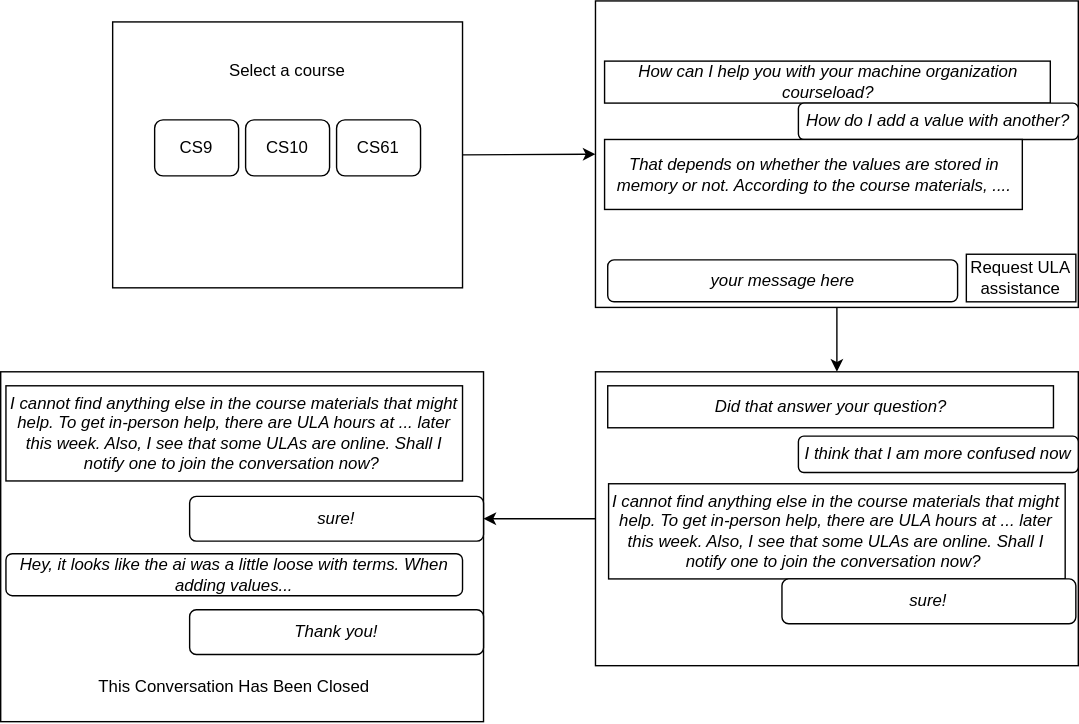
Above: project-plan/student-interaction.svg in joshua-zingale/ucr-chatbot-pathway-program (draw.io), before the change. Source tidied: cells renumbered, new cells last; positions are measured from the earlier drawing's top-left corner, leaving out a move shared by most shapes. Source of this version:
```xml
<mxGraphModel>
  <root>
    <mxCell id="0" />
    <mxCell id="1" parent="0" />
    <mxCell id="2" style="edgeStyle=none;html=1;exitX=1;exitY=0.5;exitDx=0;exitDy=0;entryX=0;entryY=0.5;entryDx=0;entryDy=0;" parent="1" edge="1" source="3" target="9">
      <mxGeometry relative="1" as="geometry" />
    </mxCell>
    <mxCell id="3" style="rounded=0;whiteSpace=wrap;html=1;" parent="1" vertex="1">
      <mxGeometry x="80" y="15" width="250" height="190" as="geometry" />
    </mxCell>
    <mxCell id="4" value="Select a course" style="text;html=1;align=center;verticalAlign=middle;whiteSpace=wrap;rounded=0;" parent="1" vertex="1">
      <mxGeometry x="135" y="35" width="140" height="30" as="geometry" />
    </mxCell>
    <mxCell id="5" value="CS9" style="rounded=1;whiteSpace=wrap;html=1;" parent="1" vertex="1">
      <mxGeometry x="110" y="85" width="60" height="40" as="geometry" />
    </mxCell>
    <mxCell id="6" value="CS10" style="rounded=1;whiteSpace=wrap;html=1;" parent="1" vertex="1">
      <mxGeometry x="175" y="85" width="60" height="40" as="geometry" />
    </mxCell>
    <mxCell id="7" value="CS61" style="rounded=1;whiteSpace=wrap;html=1;" parent="1" vertex="1">
      <mxGeometry x="240" y="85" width="60" height="40" as="geometry" />
    </mxCell>
    <mxCell id="8" style="edgeStyle=none;html=1;exitX=0.5;exitY=1;exitDx=0;exitDy=0;entryX=0.5;entryY=0;entryDx=0;entryDy=0;" parent="1" edge="1" source="9" target="14">
      <mxGeometry relative="1" as="geometry" />
    </mxCell>
    <mxCell id="9" style="rounded=0;whiteSpace=wrap;html=1;" parent="1" vertex="1">
      <mxGeometry x="425" width="345" height="219" as="geometry" />
    </mxCell>
    <mxCell id="10" value="&lt;i&gt;How can I help you with your machine organization courseload?&lt;/i&gt;" style="rounded=0;whiteSpace=wrap;html=1;" parent="1" vertex="1">
      <mxGeometry x="431.5" y="43" width="318.5" height="30" as="geometry" />
    </mxCell>
    <mxCell id="11" value="&lt;i&gt;How do I add a value with another?&lt;/i&gt;" style="rounded=1;whiteSpace=wrap;html=1;" parent="1" vertex="1">
      <mxGeometry x="570" y="73" width="200" height="26" as="geometry" />
    </mxCell>
    <mxCell id="12" value="&lt;i&gt;That depends on whether the values are stored in memory or not. According to the course materials, ....&lt;/i&gt;" style="rounded=0;whiteSpace=wrap;html=1;" parent="1" vertex="1">
      <mxGeometry x="431.5" y="99" width="298.5" height="50" as="geometry" />
    </mxCell>
    <mxCell id="13" style="edgeStyle=none;html=1;exitX=0;exitY=0.5;exitDx=0;exitDy=0;entryX=1;entryY=0.5;entryDx=0;entryDy=0;" parent="1" edge="1" source="14" target="24">
      <mxGeometry relative="1" as="geometry" />
    </mxCell>
    <mxCell id="14" style="rounded=0;whiteSpace=wrap;html=1;" parent="1" vertex="1">
      <mxGeometry x="425" y="265" width="345" height="210" as="geometry" />
    </mxCell>
    <mxCell id="15" value="&lt;i&gt;your message here&lt;/i&gt;" style="rounded=1;whiteSpace=wrap;html=1;" parent="1" vertex="1">
      <mxGeometry x="433.8" y="185" width="250" height="30" as="geometry" />
    </mxCell>
    <mxCell id="16" value="Request ULA assistance" style="rounded=0;whiteSpace=wrap;html=1;" parent="1" vertex="1">
      <mxGeometry x="690" y="181" width="78.2" height="34" as="geometry" />
    </mxCell>
    <mxCell id="17" value="&lt;i&gt;I think that I am more confused now&lt;/i&gt;" style="rounded=1;whiteSpace=wrap;html=1;" parent="1" vertex="1">
      <mxGeometry x="570" y="311" width="200" height="26" as="geometry" />
    </mxCell>
    <mxCell id="18" value="&lt;i&gt;Did that answer your question?&lt;/i&gt;" style="rounded=0;whiteSpace=wrap;html=1;" parent="1" vertex="1">
      <mxGeometry x="433.8" y="275" width="318.5" height="30" as="geometry" />
    </mxCell>
    <mxCell id="19" value="&lt;i&gt;I cannot find anything else in the course materials that might help. To get in-person help, there are ULA hours at ... later this week. Also, I see that some ULAs are online. Shall I notify one to join the conversation now?&amp;nbsp;&lt;/i&gt;" style="rounded=0;whiteSpace=wrap;html=1;" parent="1" vertex="1">
      <mxGeometry x="434.4" y="345" width="326.2" height="68" as="geometry" />
    </mxCell>
    <mxCell id="20" value="&lt;i&gt;sure!&lt;/i&gt;" style="rounded=1;whiteSpace=wrap;html=1;" parent="1" vertex="1">
      <mxGeometry x="558.2" y="413" width="210" height="32" as="geometry" />
    </mxCell>
    <mxCell id="21" style="rounded=0;whiteSpace=wrap;html=1;" parent="1" vertex="1">
      <mxGeometry y="265" width="345" height="250" as="geometry" />
    </mxCell>
    <mxCell id="22" value="&lt;i&gt;Hey, it looks like the ai was a little loose with terms. When adding values...&lt;/i&gt;" style="rounded=1;whiteSpace=wrap;html=1;" parent="1" vertex="1">
      <mxGeometry x="3.8" y="395" width="326.2" height="30" as="geometry" />
    </mxCell>
    <mxCell id="23" value="&lt;i&gt;I cannot find anything else in the course materials that might help. To get in-person help, there are ULA hours at ... later this week. Also, I see that some ULAs are online. Shall I notify one to join the conversation now?&amp;nbsp;&lt;/i&gt;" style="rounded=0;whiteSpace=wrap;html=1;" parent="1" vertex="1">
      <mxGeometry x="3.8" y="275" width="326.2" height="68" as="geometry" />
    </mxCell>
    <mxCell id="24" value="&lt;i&gt;sure!&lt;/i&gt;" style="rounded=1;whiteSpace=wrap;html=1;" parent="1" vertex="1">
      <mxGeometry x="135" y="354" width="210" height="32" as="geometry" />
    </mxCell>
    <mxCell id="25" value="&lt;i&gt;Thank you!&lt;/i&gt;" style="rounded=1;whiteSpace=wrap;html=1;" parent="1" vertex="1">
      <mxGeometry x="135" y="435" width="210" height="32" as="geometry" />
    </mxCell>
    <mxCell id="26" value="This Conversation Has Been Closed" style="text;html=1;align=center;verticalAlign=middle;whiteSpace=wrap;rounded=0;" parent="1" vertex="1">
      <mxGeometry x="51.9" y="475" width="230" height="30" as="geometry" />
    </mxCell>
  </root>
</mxGraphModel>
```
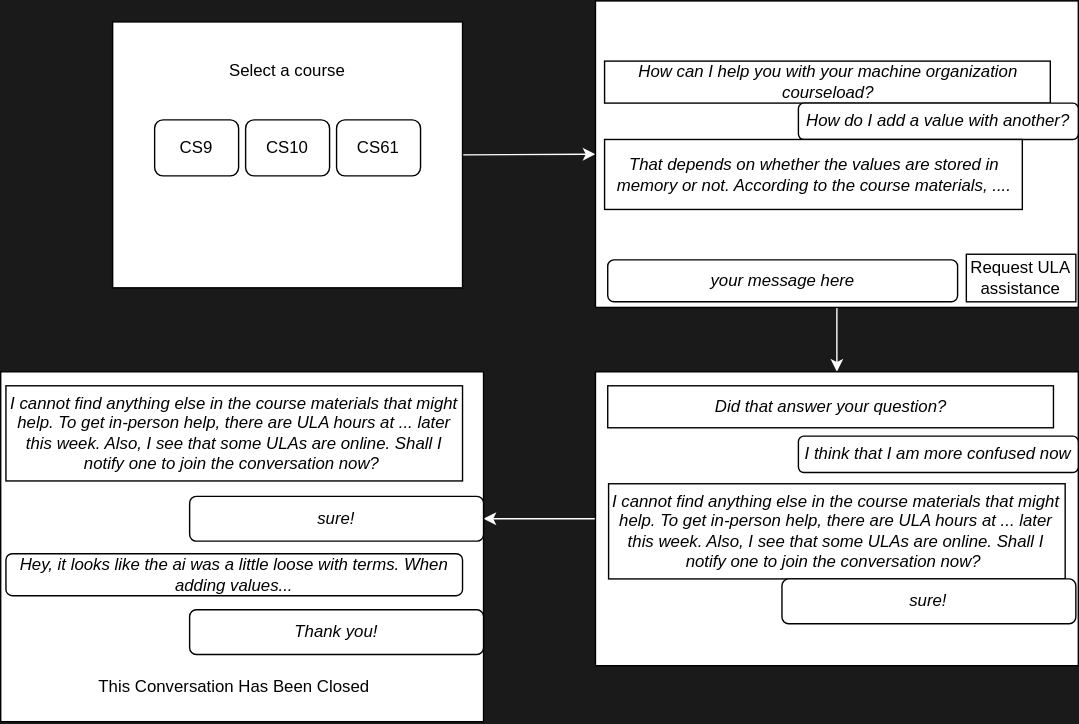
Later version of the same file.

Diff of the diagram source:
```diff
@@ -1,8 +1,8 @@
-<mxGraphModel>
+<mxGraphModel background="#1A1A1A">
   <root>
     <mxCell id="0" />
     <mxCell id="1" parent="0" />
-    <mxCell id="2" style="edgeStyle=none;html=1;exitX=1;exitY=0.5;exitDx=0;exitDy=0;entryX=0;entryY=0.5;entryDx=0;entryDy=0;" parent="1" edge="1" source="3" target="9">
+    <mxCell id="2" style="edgeStyle=none;html=1;exitX=1;exitY=0.5;exitDx=0;exitDy=0;entryX=0;entryY=0.5;entryDx=0;entryDy=0;fillColor=#FFFFFF;strokeColor=#FFFFFF;" parent="1" edge="1" source="3" target="9">
       <mxGeometry relative="1" as="geometry" />
     </mxCell>
     <mxCell id="3" style="rounded=0;whiteSpace=wrap;html=1;" parent="1" vertex="1">
@@ -20,7 +20,7 @@
     <mxCell id="7" value="CS61" style="rounded=1;whiteSpace=wrap;html=1;" parent="1" vertex="1">
       <mxGeometry x="240" y="85" width="60" height="40" as="geometry" />
     </mxCell>
-    <mxCell id="8" style="edgeStyle=none;html=1;exitX=0.5;exitY=1;exitDx=0;exitDy=0;entryX=0.5;entryY=0;entryDx=0;entryDy=0;" parent="1" edge="1" source="9" target="14">
+    <mxCell id="8" style="edgeStyle=none;html=1;exitX=0.5;exitY=1;exitDx=0;exitDy=0;entryX=0.5;entryY=0;entryDx=0;entryDy=0;fillColor=#FFFFFF;strokeColor=#FFFFFF;" parent="1" edge="1" source="9" target="14">
       <mxGeometry relative="1" as="geometry" />
     </mxCell>
     <mxCell id="9" style="rounded=0;whiteSpace=wrap;html=1;" parent="1" vertex="1">
@@ -35,7 +35,7 @@
     <mxCell id="12" value="&lt;i&gt;That depends on whether the values are stored in memory or not. According to the course materials, ....&lt;/i&gt;" style="rounded=0;whiteSpace=wrap;html=1;" parent="1" vertex="1">
       <mxGeometry x="431.5" y="99" width="298.5" height="50" as="geometry" />
     </mxCell>
-    <mxCell id="13" style="edgeStyle=none;html=1;exitX=0;exitY=0.5;exitDx=0;exitDy=0;entryX=1;entryY=0.5;entryDx=0;entryDy=0;" parent="1" edge="1" source="14" target="24">
+    <mxCell id="13" style="edgeStyle=none;html=1;exitX=0;exitY=0.5;exitDx=0;exitDy=0;entryX=1;entryY=0.5;entryDx=0;entryDy=0;fillColor=#FFFFFF;strokeColor=#FFFFFF;" parent="1" edge="1" source="14" target="24">
       <mxGeometry relative="1" as="geometry" />
     </mxCell>
     <mxCell id="14" style="rounded=0;whiteSpace=wrap;html=1;" parent="1" vertex="1">
```
